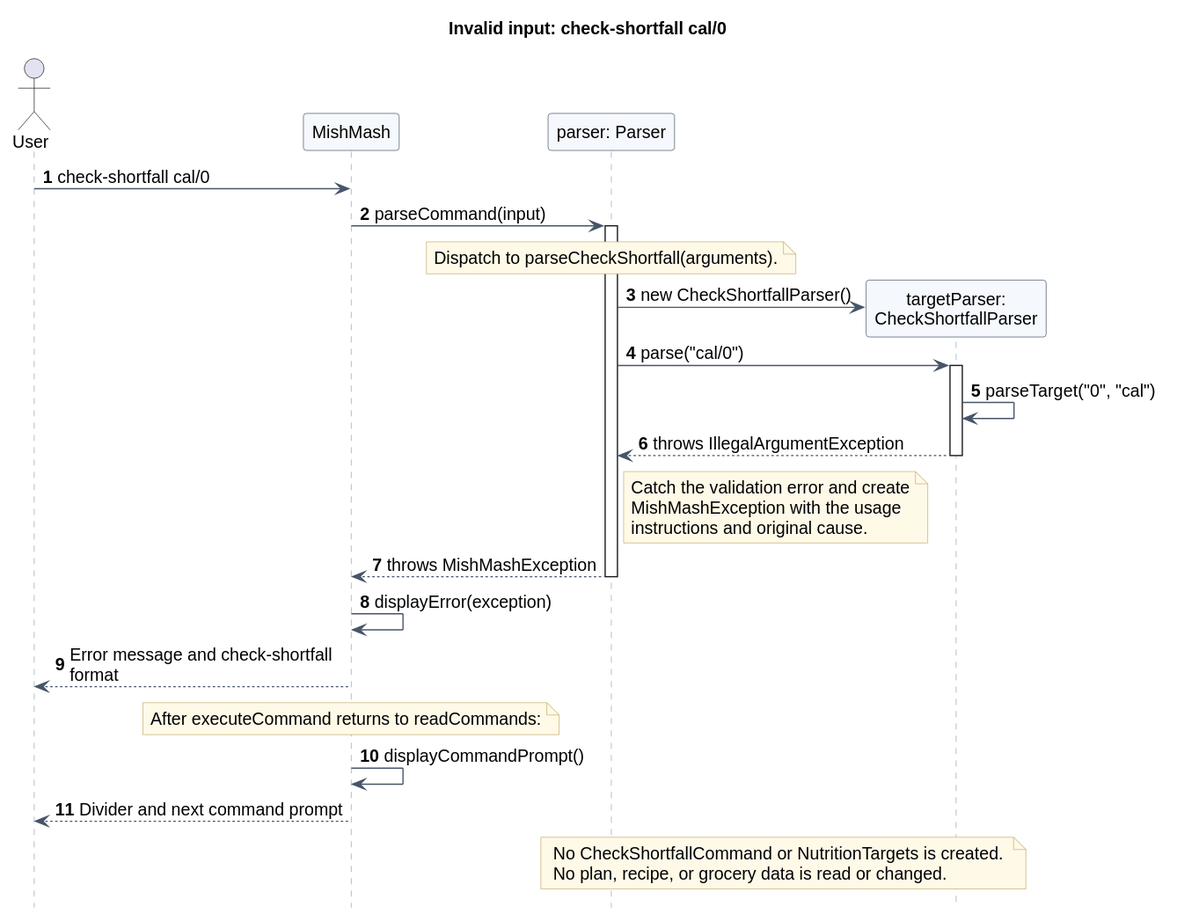
Before: docs/images/shortfall/invalid-input.svg, a diagram exported from PlantUML (AY2627S1-CS2113-W13-4/tp). Its diagram source:
```plantuml
@startuml
!include style.iuml
title Invalid input: check-shortfall cal/0
autonumber

actor User
participant "MishMash" as App
participant "parser: Parser" as Parser
participant "targetParser:\nCheckShortfallParser" as TargetParser

User -> App : check-shortfall cal/0
App -> Parser : parseCommand(input)
activate Parser
note over Parser : Dispatch to parseCheckShortfall(arguments).
create TargetParser
Parser -> TargetParser : new CheckShortfallParser()
Parser -> TargetParser : parse("cal/0")
activate TargetParser
TargetParser -> TargetParser : parseTarget("0", "cal")
TargetParser --> Parser : throws IllegalArgumentException
deactivate TargetParser
note right of Parser
  Catch the validation error and create
  MishMashException with the usage
  instructions and original cause.
end note
Parser --> App : throws MishMashException
deactivate Parser
App -> App : displayError(exception)
App --> User : Error message and check-shortfall format
note over App : After executeCommand returns to readCommands:
App -> App : displayCommandPrompt()
App --> User : Divider and next command prompt
note over Parser, TargetParser
  No CheckShortfallCommand or NutritionTargets is created.
  No plan, recipe, or grocery data is read or changed.
end note
@enduml
```
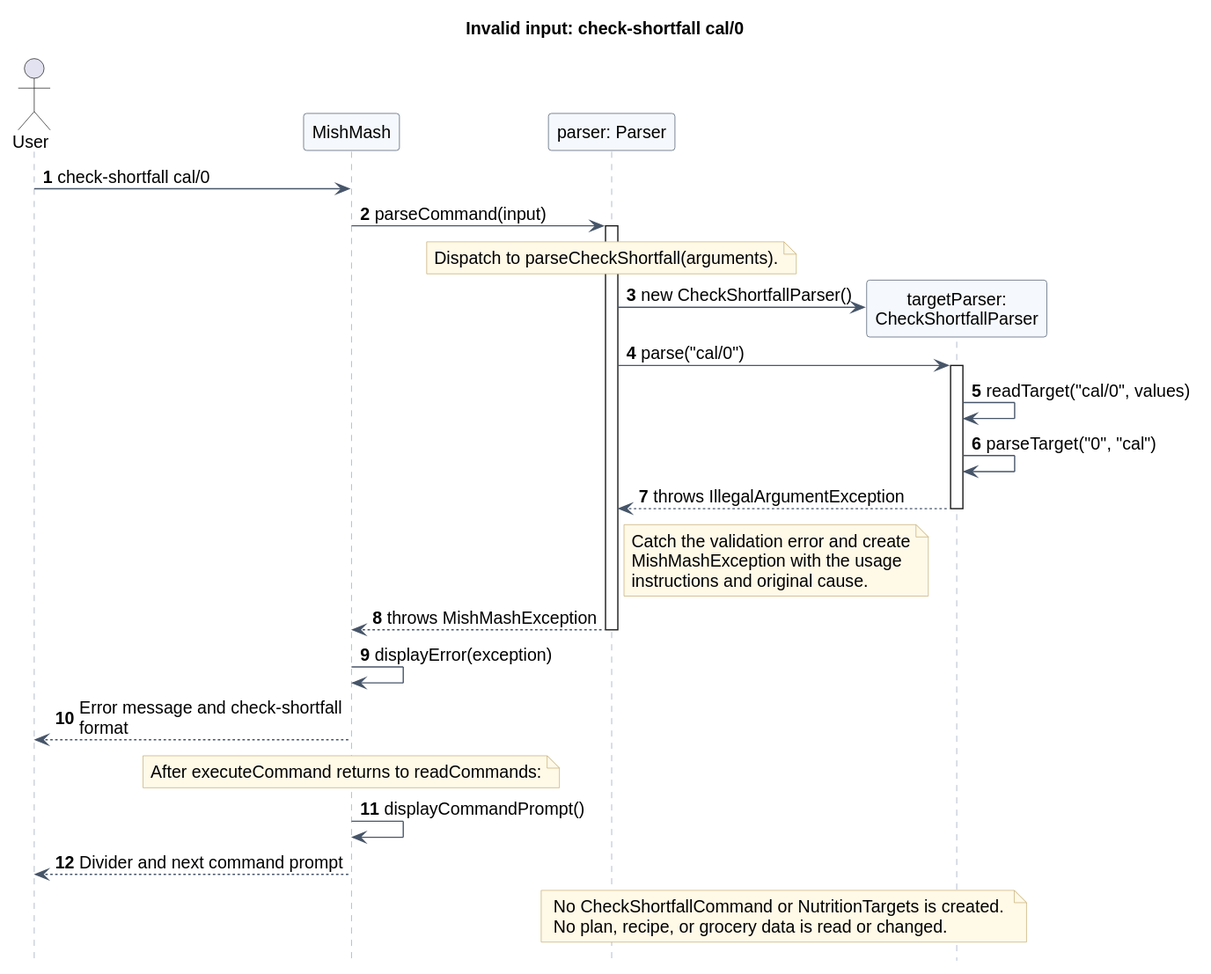
The same diagram one commit later.

Diff of the diagram source:
```diff
@@ -16,6 +16,7 @@
 Parser -> TargetParser : new CheckShortfallParser()
 Parser -> TargetParser : parse("cal/0")
 activate TargetParser
+TargetParser -> TargetParser : readTarget("cal/0", values)
 TargetParser -> TargetParser : parseTarget("0", "cal")
 TargetParser --> Parser : throws IllegalArgumentException
 deactivate TargetParser
```
